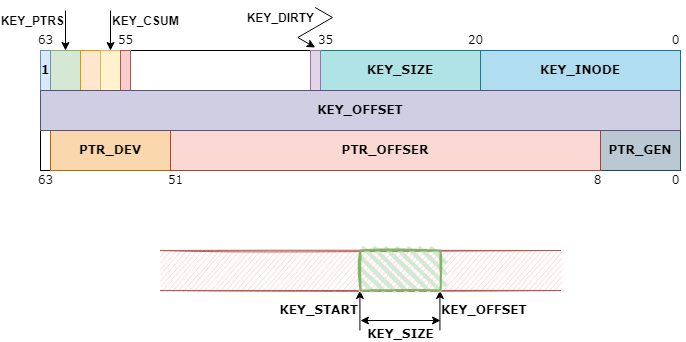
This is linux/driver/md/bcache/bcache_btree/bcache_bkey/bcache_bkey.drawio.png from zoumingzhe/study, a draw.io export, as it was before one commit. Source tidied: cells renumbered, new cells last; positions are measured from the earlier drawing's top-left corner, leaving out a move shared by most shapes.
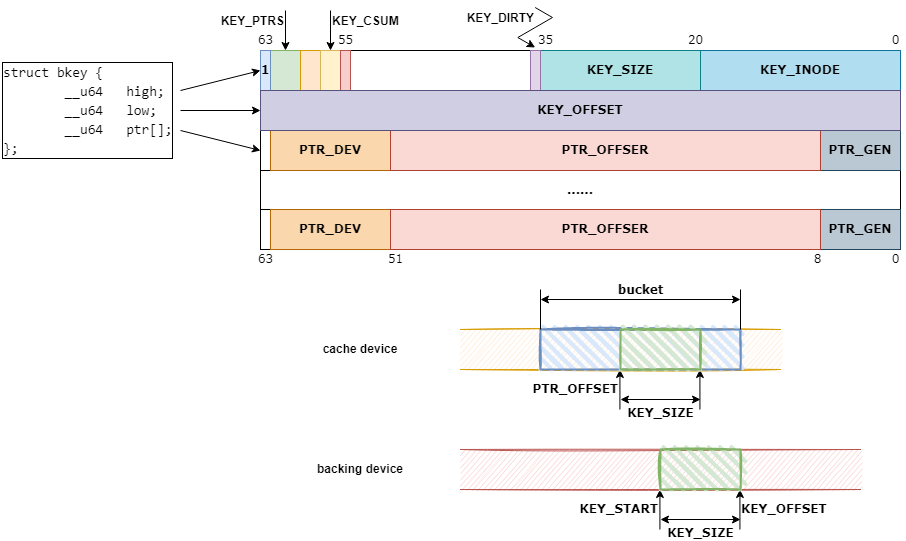
The same diagram one commit later.

The edit, as a diff of the source:
```diff
@@ -2,32 +2,35 @@
   <root>
     <mxCell id="0" />
     <mxCell id="1" parent="0" />
+    <mxCell id="33" value="......" style="rounded=0;whiteSpace=wrap;html=1;sketch=0;fontFamily=Verdana;fontStyle=1;fontSize=12;" parent="1" vertex="1">
+      <mxGeometry x="10" y="163" width="640" height="40" as="geometry" />
+    </mxCell>
     <mxCell id="2" style="rounded=0;whiteSpace=wrap;html=1;sketch=0;fontFamily=Verdana;fontStyle=1;fontSize=12;" parent="1" vertex="1">
       <mxGeometry x="100" y="43" width="180" height="40" as="geometry" />
     </mxCell>
     <mxCell id="3" value="KEY_START" style="endArrow=classic;html=1;rounded=0;entryX=0;entryY=1;entryDx=0;entryDy=0;align=right;sketch=0;fontFamily=Verdana;fontStyle=1;fontSize=12;" parent="1" edge="1">
       <mxGeometry relative="1" as="geometry">
-        <mxPoint x="329.4" y="323" as="sourcePoint" />
-        <mxPoint x="329.4" y="283" as="targetPoint" />
+        <mxPoint x="409.4" y="522" as="sourcePoint" />
+        <mxPoint x="409.4" y="482" as="targetPoint" />
       </mxGeometry>
     </mxCell>
     <mxCell id="4" value="&lt;div style=&quot;font-size: 12px;&quot;&gt;KEY_OFFSET&lt;/div&gt;" style="endArrow=classic;html=1;rounded=0;entryX=1;entryY=1;entryDx=0;entryDy=0;align=left;sketch=0;fontFamily=Verdana;fontStyle=1;fontSize=12;" parent="1" edge="1">
       <mxGeometry relative="1" as="geometry">
-        <mxPoint x="409.4" y="323" as="sourcePoint" />
-        <mxPoint x="409.4" y="283" as="targetPoint" />
+        <mxPoint x="489.4" y="522" as="sourcePoint" />
+        <mxPoint x="489.4" y="482" as="targetPoint" />
       </mxGeometry>
     </mxCell>
     <mxCell id="5" value="KEY_SIZE" style="endArrow=classic;startArrow=classic;html=1;rounded=0;labelBackgroundColor=#ffffff;elbow=vertical;align=center;sketch=0;fontFamily=Verdana;verticalAlign=top;fontStyle=1;fontSize=12;labelPosition=center;verticalLabelPosition=bottom;" parent="1" edge="1">
       <mxGeometry relative="1" as="geometry">
-        <mxPoint x="410" y="313" as="sourcePoint" />
-        <mxPoint x="330" y="313" as="targetPoint" />
+        <mxPoint x="490" y="512" as="sourcePoint" />
+        <mxPoint x="410" y="512" as="targetPoint" />
       </mxGeometry>
     </mxCell>
     <mxCell id="6" value="KEY_INODE" style="rounded=0;whiteSpace=wrap;html=1;sketch=0;fillColor=#b1ddf0;strokeColor=#10739e;fontFamily=Verdana;fontStyle=1;fontSize=12;" parent="1" vertex="1">
       <mxGeometry x="450" y="43" width="200" height="40" as="geometry" />
     </mxCell>
     <mxCell id="7" style="shape=partialRectangle;whiteSpace=wrap;html=1;left=0;right=0;fillColor=#f8cecc;rounded=0;sketch=1;fontFamily=Verdana;strokeColor=#b85450;fontStyle=1;" parent="1" vertex="1">
-      <mxGeometry x="130" y="243" width="400" height="40" as="geometry" />
+      <mxGeometry x="210" y="442" width="400" height="40" as="geometry" />
     </mxCell>
     <mxCell id="8" style="rounded=0;whiteSpace=wrap;html=1;sketch=0;fillColor=#d5e8d4;strokeColor=#82b366;fontFamily=Verdana;fontStyle=1;fontSize=12;" parent="1" vertex="1">
       <mxGeometry x="20" y="43" width="30" height="40" as="geometry" />
@@ -42,7 +45,7 @@
       <mxGeometry x="430" y="23" width="30" height="20" as="geometry" />
     </mxCell>
     <mxCell id="12" style="rounded=0;whiteSpace=wrap;html=1;strokeWidth=2;fillWeight=4;hachureGap=8;hachureAngle=45;fillColor=#d5e8d4;sketch=1;gradientDirection=south;strokeColor=#82b366;fontFamily=Verdana;fontStyle=1;" parent="1" vertex="1">
-      <mxGeometry x="330" y="243" width="80" height="40" as="geometry" />
+      <mxGeometry x="410" y="442" width="80" height="40" as="geometry" />
     </mxCell>
     <mxCell id="13" value="KEY_SIZE" style="rounded=0;whiteSpace=wrap;html=1;sketch=0;fillColor=#b0e3e6;strokeColor=#0e8088;fontFamily=Verdana;fontStyle=1;fontSize=12;" parent="1" vertex="1">
       <mxGeometry x="290" y="43" width="160" height="40" as="geometry" />
@@ -97,20 +100,93 @@
     <mxCell id="27" value="PTR_OFFSER" style="rounded=0;whiteSpace=wrap;html=1;sketch=0;fillColor=#fad9d5;strokeColor=#ae4132;fontFamily=Verdana;fontStyle=1;fontSize=12;" parent="1" vertex="1">
       <mxGeometry x="140" y="123" width="430" height="40" as="geometry" />
     </mxCell>
+    <mxCell id="32" value="KEY_OFFSET" style="rounded=0;whiteSpace=wrap;html=1;sketch=0;fillColor=#d0cee2;strokeColor=#56517e;fontFamily=Verdana;fontStyle=1;fontSize=12;" parent="1" vertex="1">
+      <mxGeometry x="10" y="83" width="640" height="40" as="geometry" />
+    </mxCell>
+    <mxCell id="34" value="&lt;div style=&quot;font-family: Consolas, &amp;quot;Courier New&amp;quot;, monospace; font-size: 14px; line-height: 19px;&quot;&gt;&lt;div style=&quot;&quot;&gt;struct&amp;nbsp;bkey&amp;nbsp;{&lt;/div&gt;&lt;div style=&quot;&quot;&gt;&amp;nbsp;&amp;nbsp;&amp;nbsp;&amp;nbsp;&amp;nbsp;&amp;nbsp;&amp;nbsp;&amp;nbsp;__u64&amp;nbsp;&amp;nbsp;&amp;nbsp;high;&lt;/div&gt;&lt;div style=&quot;&quot;&gt;&amp;nbsp;&amp;nbsp;&amp;nbsp;&amp;nbsp;&amp;nbsp;&amp;nbsp;&amp;nbsp;&amp;nbsp;__u64&amp;nbsp;&amp;nbsp;&amp;nbsp;low;&lt;/div&gt;&lt;div style=&quot;&quot;&gt;&amp;nbsp;&amp;nbsp;&amp;nbsp;&amp;nbsp;&amp;nbsp;&amp;nbsp;&amp;nbsp;&amp;nbsp;__u64&amp;nbsp;&amp;nbsp;&amp;nbsp;ptr[];&lt;/div&gt;&lt;div style=&quot;&quot;&gt;};&lt;/div&gt;&lt;/div&gt;" style="text;html=1;align=left;verticalAlign=middle;points=[];fillColor=none;strokeColor=none;rounded=0;labelBorderColor=default;" parent="1" vertex="1">
+      <mxGeometry x="-250" y="53" width="180" height="100" as="geometry" />
+    </mxCell>
+    <mxCell id="35" style="endArrow=classic;html=1;rounded=0;fontSize=12;labelPosition=right;verticalLabelPosition=top;align=left;verticalAlign=bottom;fontStyle=1;entryX=0;entryY=0.5;entryDx=0;entryDy=0;exitX=1;exitY=0.3;exitDx=0;exitDy=0;exitPerimeter=0;" parent="1" edge="1" source="34" target="20">
+      <mxGeometry relative="1" as="geometry" />
+    </mxCell>
+    <mxCell id="36" style="endArrow=classic;html=1;rounded=0;fontSize=12;labelPosition=right;verticalLabelPosition=top;align=left;verticalAlign=bottom;fontStyle=1;entryX=0;entryY=0.5;entryDx=0;entryDy=0;exitX=1;exitY=0.7;exitDx=0;exitDy=0;exitPerimeter=0;" parent="1" edge="1" source="34" target="25">
+      <mxGeometry relative="1" as="geometry" />
+    </mxCell>
+    <mxCell id="37" style="endArrow=classic;html=1;rounded=0;fontSize=12;labelPosition=right;verticalLabelPosition=top;align=left;verticalAlign=bottom;fontStyle=1;entryX=0;entryY=0.5;entryDx=0;entryDy=0;exitX=1;exitY=0.5;exitDx=0;exitDy=0;exitPerimeter=0;" parent="1" edge="1" source="34" target="32">
+      <mxGeometry relative="1" as="geometry" />
+    </mxCell>
+    <mxCell id="38" value="backing device" style="rounded=0;whiteSpace=wrap;html=1;labelBackgroundColor=none;labelBorderColor=none;fontColor=#000000;fontStyle=1;strokeColor=none;" parent="1" vertex="1">
+      <mxGeometry x="50" y="442" width="120" height="39" as="geometry" />
+    </mxCell>
+    <mxCell id="39" value="&lt;span style=&quot;text-align: left;&quot;&gt;PTR_OFFSET&lt;/span&gt;" style="endArrow=classic;html=1;rounded=0;entryX=0;entryY=1;entryDx=0;entryDy=0;align=right;sketch=0;fontFamily=Verdana;fontStyle=1;fontSize=12;" parent="1" edge="1">
+      <mxGeometry relative="1" as="geometry">
+        <mxPoint x="369.4" y="402" as="sourcePoint" />
+        <mxPoint x="369.4" y="362" as="targetPoint" />
+      </mxGeometry>
+    </mxCell>
+    <mxCell id="40" value="&lt;div style=&quot;font-size: 12px;&quot;&gt;&lt;br&gt;&lt;/div&gt;" style="endArrow=classic;html=1;rounded=0;entryX=1;entryY=1;entryDx=0;entryDy=0;align=left;sketch=0;fontFamily=Verdana;fontStyle=1;fontSize=12;" parent="1" edge="1">
+      <mxGeometry relative="1" as="geometry">
+        <mxPoint x="449.4" y="402" as="sourcePoint" />
+        <mxPoint x="449.4" y="362" as="targetPoint" />
+      </mxGeometry>
+    </mxCell>
+    <mxCell id="41" value="KEY_SIZE" style="endArrow=classic;startArrow=classic;html=1;rounded=0;labelBackgroundColor=#ffffff;elbow=vertical;align=center;sketch=0;fontFamily=Verdana;verticalAlign=top;fontStyle=1;fontSize=12;labelPosition=center;verticalLabelPosition=bottom;" parent="1" edge="1">
+      <mxGeometry relative="1" as="geometry">
+        <mxPoint x="450" y="392" as="sourcePoint" />
+        <mxPoint x="370" y="392" as="targetPoint" />
+      </mxGeometry>
+    </mxCell>
+    <mxCell id="42" style="shape=partialRectangle;whiteSpace=wrap;html=1;left=0;right=0;fillColor=#ffe6cc;rounded=0;sketch=1;fontFamily=Verdana;strokeColor=#d79b00;fontStyle=1;" parent="1" vertex="1">
+      <mxGeometry x="210" y="322" width="320" height="40" as="geometry" />
+    </mxCell>
+    <mxCell id="43" style="rounded=0;whiteSpace=wrap;html=1;strokeWidth=2;fillWeight=4;hachureGap=8;hachureAngle=45;fillColor=#dae8fc;sketch=1;gradientDirection=south;strokeColor=#6c8ebf;fontFamily=Verdana;fontStyle=1;fillStyle=auto;flipH=0;flipV=0;" parent="1" vertex="1">
+      <mxGeometry x="290" y="322" width="200" height="40" as="geometry" />
+    </mxCell>
+    <mxCell id="44" style="rounded=0;whiteSpace=wrap;html=1;strokeWidth=2;fillWeight=4;hachureGap=8;hachureAngle=45;fillColor=#d5e8d4;sketch=1;gradientDirection=south;strokeColor=#82b366;fontFamily=Verdana;fontStyle=1;" parent="1" vertex="1">
+      <mxGeometry x="370" y="322" width="80" height="40" as="geometry" />
+    </mxCell>
+    <mxCell id="45" value="cache device" style="rounded=0;whiteSpace=wrap;html=1;labelBackgroundColor=none;labelBorderColor=none;fontColor=#000000;fontStyle=1;strokeColor=none;" parent="1" vertex="1">
+      <mxGeometry x="50" y="322" width="120" height="39" as="geometry" />
+    </mxCell>
+    <mxCell id="46" value="PTR_GEN" style="rounded=0;whiteSpace=wrap;html=1;sketch=0;fillColor=#bac8d3;strokeColor=#23445d;fontFamily=Verdana;fontStyle=1;fontSize=12;" parent="1" vertex="1">
+      <mxGeometry x="570" y="202" width="80" height="40" as="geometry" />
+    </mxCell>
+    <mxCell id="47" style="rounded=0;whiteSpace=wrap;html=1;sketch=0;fontFamily=Verdana;fontStyle=1;fontSize=12;" parent="1" vertex="1">
+      <mxGeometry x="10" y="202" width="10" height="40" as="geometry" />
+    </mxCell>
+    <mxCell id="48" value="PTR_DEV" style="rounded=0;whiteSpace=wrap;html=1;sketch=0;fillColor=#fad7ac;strokeColor=#b46504;fontFamily=Verdana;fontStyle=1;fontSize=12;" parent="1" vertex="1">
+      <mxGeometry x="20" y="202" width="120" height="40" as="geometry" />
+    </mxCell>
+    <mxCell id="49" value="PTR_OFFSER" style="rounded=0;whiteSpace=wrap;html=1;sketch=0;fillColor=#fad9d5;strokeColor=#ae4132;fontFamily=Verdana;fontStyle=1;fontSize=12;" parent="1" vertex="1">
+      <mxGeometry x="140" y="202" width="430" height="40" as="geometry" />
+    </mxCell>
     <mxCell id="28" value="0" style="text;html=1;align=center;verticalAlign=middle;fillColor=none;strokeColor=none;rounded=0;sketch=1;fontFamily=Verdana;" parent="1" vertex="1">
-      <mxGeometry x="635" y="163" width="20" height="20" as="geometry" />
+      <mxGeometry x="635" y="242" width="20" height="20" as="geometry" />
     </mxCell>
     <mxCell id="29" value="8" style="text;html=1;align=center;verticalAlign=middle;fillColor=none;strokeColor=none;rounded=0;sketch=1;fontFamily=Verdana;" parent="1" vertex="1">
-      <mxGeometry x="557" y="163" width="20" height="20" as="geometry" />
+      <mxGeometry x="557" y="242" width="20" height="20" as="geometry" />
     </mxCell>
     <mxCell id="30" value="63" style="text;html=1;align=center;verticalAlign=middle;fillColor=none;strokeColor=none;rounded=0;sketch=1;fontFamily=Verdana;" parent="1" vertex="1">
-      <mxGeometry y="163" width="30" height="20" as="geometry" />
+      <mxGeometry y="242" width="30" height="20" as="geometry" />
     </mxCell>
     <mxCell id="31" value="51" style="text;html=1;align=center;verticalAlign=middle;fillColor=none;strokeColor=none;rounded=0;sketch=1;fontFamily=Verdana;" parent="1" vertex="1">
-      <mxGeometry x="130" y="163" width="30" height="20" as="geometry" />
+      <mxGeometry x="130" y="242" width="30" height="20" as="geometry" />
     </mxCell>
-    <mxCell id="32" value="KEY_OFFSET" style="rounded=0;whiteSpace=wrap;html=1;sketch=0;fillColor=#d0cee2;strokeColor=#56517e;fontFamily=Verdana;fontStyle=1;fontSize=12;" parent="1" vertex="1">
-      <mxGeometry x="10" y="83" width="640" height="40" as="geometry" />
-    </mxCell>
+    <mxCell id="50" style="endArrow=none;html=1;rounded=0;exitX=0;exitY=0;exitDx=0;exitDy=0;" parent="1" edge="1" source="43">
+      <mxGeometry relative="1" as="geometry">
+        <mxPoint x="290" y="282" as="targetPoint" />
+      </mxGeometry>
+    </mxCell>
+    <mxCell id="51" style="endArrow=none;html=1;rounded=0;exitX=1;exitY=0;exitDx=0;exitDy=0;" parent="1" edge="1" source="43">
+      <mxGeometry relative="1" as="geometry">
+        <mxPoint x="490" y="282" as="targetPoint" />
+      </mxGeometry>
+    </mxCell>
+    <mxCell id="52" value="bucket" style="endArrow=classic;startArrow=classic;html=1;rounded=0;labelBackgroundColor=#ffffff;elbow=vertical;align=center;sketch=0;fontFamily=Verdana;verticalAlign=bottom;fontStyle=1;fontSize=12;labelPosition=center;verticalLabelPosition=top;" parent="1" edge="1">
+      <mxGeometry relative="1" as="geometry">
+        <mxPoint x="490" y="292" as="sourcePoint" />
+        <mxPoint x="290" y="292" as="targetPoint" />
+      </mxGeometry>
+    </mxCell>
   </root>
 </mxGraphModel>
```
